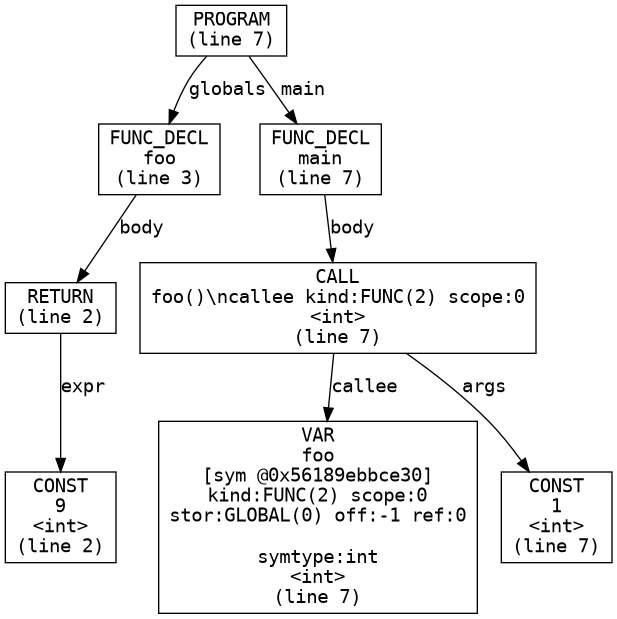
Before: syntaxExtreme/ast.png, a diagram exported from Graphviz (kalamakis/Cpp-compiler). Its source is kept beside it as syntaxExtreme/ast.dot.
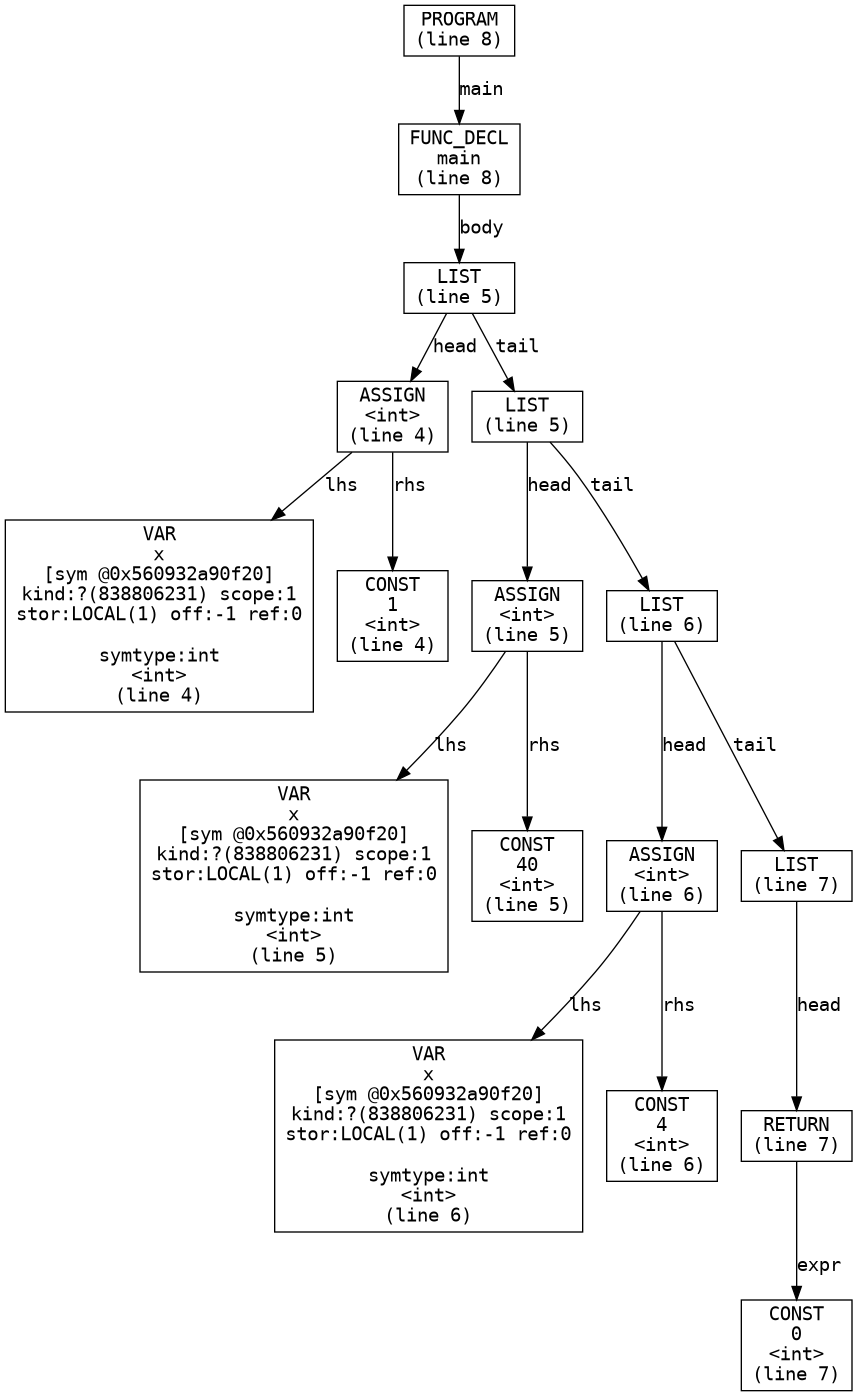
The same file after the commit.

Change to the diagram source:
```diff
@@ -1,19 +1,37 @@
 digraph AST {
   node [shape=box, fontname="Courier"];
   edge [fontname="Courier"];
-  n0 [label="PROGRAM\n(line 7)"];
-  n1 [label="FUNC_DECL\nfoo\n(line 3)"];
-  n2 [label="RETURN\n(line 2)"];
-  n3 [label="CONST\n9\n<int>\n(line 2)"];
-  n2 -> n3 [label="expr"];
+  n0 [label="PROGRAM\n(line 8)"];
+  n1 [label="FUNC_DECL\nmain\n(line 8)"];
+  n2 [label="LIST\n(line 5)"];
+  n3 [label="ASSIGN\n<int>\n(line 4)"];
+  n4 [label="VAR\nx\n[sym @0x560932a90f20]\nkind:?(838806231) scope:1\nstor:LOCAL(1) off:-1 ref:0\n\nsymtype:int\n<int>\n(line 4)"];
+  n3 -> n4 [label="lhs"];
+  n5 [label="CONST\n1\n<int>\n(line 4)"];
+  n3 -> n5 [label="rhs"];
+  n2 -> n3 [label="head"];
+  n6 [label="LIST\n(line 5)"];
+  n7 [label="ASSIGN\n<int>\n(line 5)"];
+  n8 [label="VAR\nx\n[sym @0x560932a90f20]\nkind:?(838806231) scope:1\nstor:LOCAL(1) off:-1 ref:0\n\nsymtype:int\n<int>\n(line 5)"];
+  n7 -> n8 [label="lhs"];
+  n9 [label="CONST\n40\n<int>\n(line 5)"];
+  n7 -> n9 [label="rhs"];
+  n6 -> n7 [label="head"];
+  n10 [label="LIST\n(line 6)"];
+  n11 [label="ASSIGN\n<int>\n(line 6)"];
+  n12 [label="VAR\nx\n[sym @0x560932a90f20]\nkind:?(838806231) scope:1\nstor:LOCAL(1) off:-1 ref:0\n\nsymtype:int\n<int>\n(line 6)"];
+  n11 -> n12 [label="lhs"];
+  n13 [label="CONST\n4\n<int>\n(line 6)"];
+  n11 -> n13 [label="rhs"];
+  n10 -> n11 [label="head"];
+  n14 [label="LIST\n(line 7)"];
+  n15 [label="RETURN\n(line 7)"];
+  n16 [label="CONST\n0\n<int>\n(line 7)"];
+  n15 -> n16 [label="expr"];
+  n14 -> n15 [label="head"];
+  n10 -> n14 [label="tail"];
+  n6 -> n10 [label="tail"];
+  n2 -> n6 [label="tail"];
   n1 -> n2 [label="body"];
-  n0 -> n1 [label="globals"];
-  n4 [label="FUNC_DECL\nmain\n(line 7)"];
-  n5 [label="CALL\nfoo()\\ncallee kind:FUNC(2) scope:0\n<int>\n(line 7)"];
-  n6 [label="VAR\nfoo\n[sym @0x56189ebbce30]\nkind:FUNC(2) scope:0\nstor:GLOBAL(0) off:-1 ref:0\n\nsymtype:int\n<int>\n(line 7)"];
-  n5 -> n6 [label="callee"];
-  n7 [label="CONST\n1\n<int>\n(line 7)"];
-  n5 -> n7 [label="args"];
-  n4 -> n5 [label="body"];
-  n0 -> n4 [label="main"];
+  n0 -> n1 [label="main"];
 }
```
